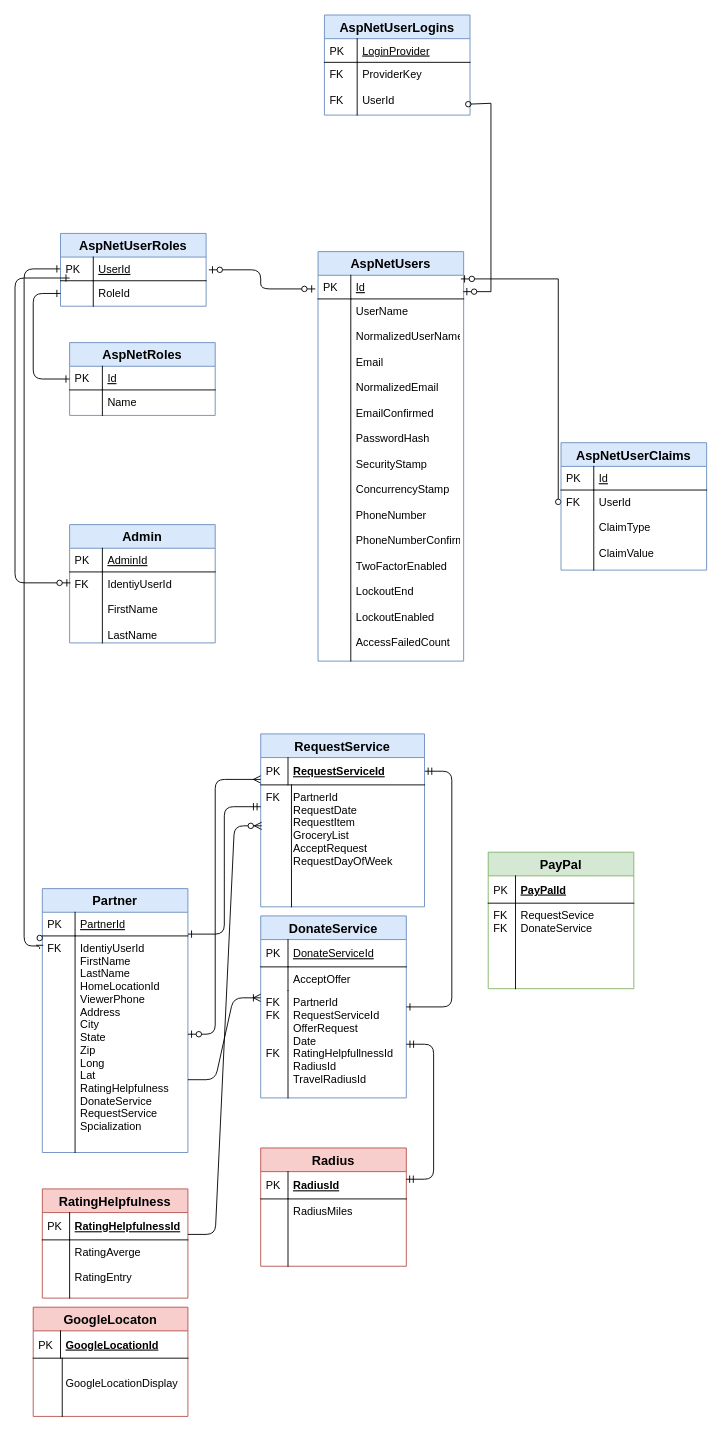
Above: CommunityPartners-ER-Diagram.drawio in lybargerp2000/Community_Partners (draw.io), before the change. Source tidied: cells renumbered, new cells numbered last; positions are measured from the earlier drawing's top-left corner, leaving out a move shared by most shapes. Both pictures are drawn from the tidied source at 91%, with x=0, y=0 at pixel (15, 15).
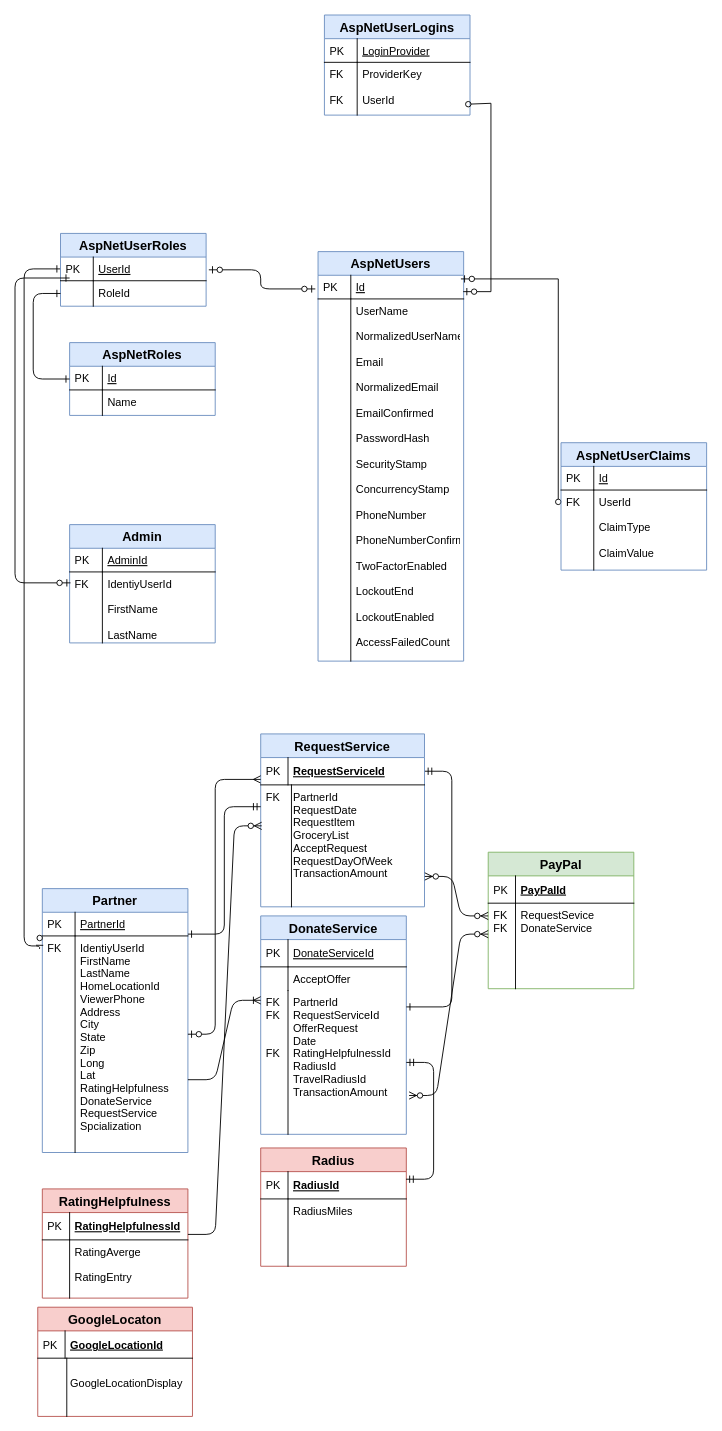
After the change.

Unchanged cells that the change refers to:
```xml
<mxCell id="15" value="RequestService" style="swimlane;fontStyle=1;horizontal=1;startSize=26;align=center;fontSize=14;fillColor=#dae8fc;strokeColor=#6c8ebf;" parent="1" vertex="1">
  <mxGeometry x="270" y="790" width="180" height="190" as="geometry" />
</mxCell>
```

Diff of the diagram source:
```diff
@@
     <mxCell id="7" value="DonateService" style="swimlane;fontStyle=1;horizontal=1;startSize=26;align=center;fontSize=14;fillColor=#dae8fc;strokeColor=#6c8ebf;" parent="1" vertex="1">
-      <mxGeometry x="270" y="990" width="160" height="200" as="geometry" />
+      <mxGeometry x="270" y="990" width="160" height="240" as="geometry" />
     </mxCell>
@@
-    <mxCell id="12" value="PartnerId&#10;RequestServiceId&#10;OfferRequest&#10;Date&#10;RatingHelpfullnessId&#10;RadiusId&#10;TravelRadiusId" style="shape=partialRectangle;top=0;left=0;right=0;bottom=0;align=left;verticalAlign=top;fillColor=none;spacingLeft=34;spacingRight=4;overflow=hidden;points=[[0,0.5],[1,0.5]];portConstraint=eastwest;fontSize=12;" parent="7" vertex="1">
-      <mxGeometry y="82" width="160" height="118" as="geometry" />
+    <mxCell id="12" value="PartnerId&#10;RequestServiceId&#10;OfferRequest&#10;Date&#10;RatingHelpfulnessId&#10;RadiusId&#10;TravelRadiusId&#10;TransactionAmount&#10;" style="shape=partialRectangle;top=0;left=0;right=0;bottom=0;align=left;verticalAlign=top;fillColor=none;spacingLeft=34;spacingRight=4;overflow=hidden;points=[[0,0.5],[1,0.5]];portConstraint=eastwest;fontSize=12;" parent="7" vertex="1">
+      <mxGeometry y="82" width="160" height="158" as="geometry" />
     </mxCell>
     <mxCell id="13" value="FK&#10;FK&#10;&#10;&#10;FK&#10;&#10;&#10;&#10;&#10;&#10;&#10;&#10;&#10;&#10;" style="shape=partialRectangle;top=0;left=0;bottom=0;fillColor=none;align=left;verticalAlign=top;spacingLeft=4;spacingRight=4;overflow=hidden;fontSize=12;" parent="12" vertex="1">
-      <mxGeometry width="30" height="118" as="geometry" />
+      <mxGeometry width="30" height="158" as="geometry" />
     </mxCell>
@@
-    <mxCell id="18" value="PartnerId&#10;RequestDate&#10;RequestItem&#10;GroceryList&#10;AcceptRequest&#10;RequestDayOfWeek&#10;" style="shape=partialRectangle;top=0;left=0;right=0;bottom=0;align=left;verticalAlign=top;fillColor=none;spacingLeft=34;spacingRight=4;overflow=hidden;points=[[0,0.5],[1,0.5]];portConstraint=eastwest;fontSize=12;" parent="15" vertex="1">
+    <mxCell id="18" value="PartnerId&#10;RequestDate&#10;RequestItem&#10;GroceryList&#10;AcceptRequest&#10;RequestDayOfWeek&#10;TransactionAmount&#10;" style="shape=partialRectangle;top=0;left=0;right=0;bottom=0;align=left;verticalAlign=top;fillColor=none;spacingLeft=34;spacingRight=4;overflow=hidden;points=[[0,0.5],[1,0.5]];portConstraint=eastwest;fontSize=12;" parent="15" vertex="1">
       <mxGeometry y="56" width="180" height="134" as="geometry" />
     </mxCell>
@@
     <mxCell id="68" value="GoogleLocaton" style="swimlane;fontStyle=1;horizontal=1;startSize=26;align=center;fontSize=14;fillColor=#f8cecc;strokeColor=#b85450;" parent="1" vertex="1">
-      <mxGeometry x="20" y="1420" width="170" height="120" as="geometry" />
+      <mxGeometry x="25" y="1420" width="170" height="120" as="geometry" />
     </mxCell>
@@
+    <mxCell id="83" style="edgeStyle=entityRelationEdgeStyle;fontSize=12;html=1;endArrow=ERzeroToMany;endFill=1;startArrow=ERzeroToMany;exitX=1.019;exitY=0.73;exitDx=0;exitDy=0;exitPerimeter=0;" parent="1" edge="1" source="12">
+      <mxGeometry relative="1" as="geometry">
+        <mxPoint x="520" y="1010" as="targetPoint" />
+      </mxGeometry>
+    </mxCell>
+    <mxCell id="84" style="edgeStyle=entityRelationEdgeStyle;fontSize=12;html=1;endArrow=ERzeroToMany;endFill=1;startArrow=ERzeroToMany;exitX=1.002;exitY=0.751;exitDx=0;exitDy=0;exitPerimeter=0;" parent="1" edge="1" source="18">
+      <mxGeometry relative="1" as="geometry">
+        <mxPoint x="520" y="990" as="targetPoint" />
+      </mxGeometry>
+    </mxCell>
```
